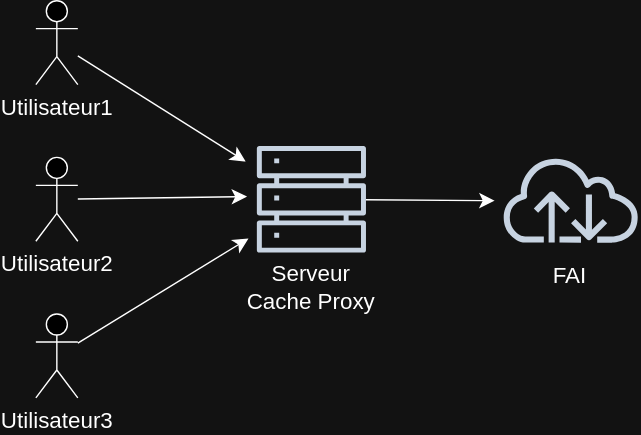
This is equipe-c/doc/images/cache-proxy.svg from Mattieu2t/s5b01_, a draw.io export, as it was before one commit. Source tidied: cells renumbered, new cells last; positions are measured from the earlier drawing's top-left corner, leaving out a move shared by most shapes.
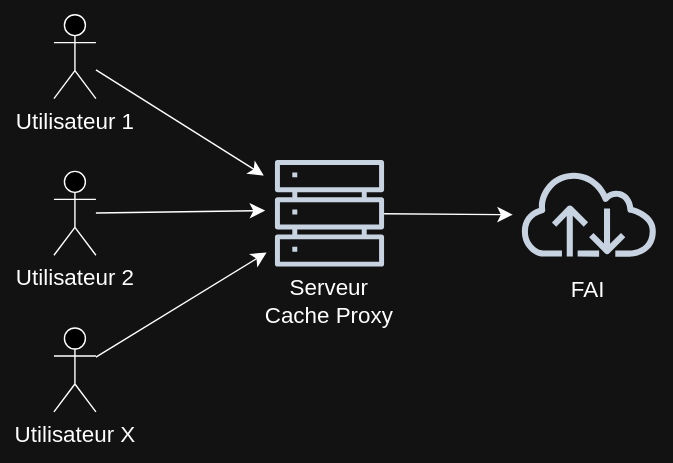
The same diagram one commit later.

Commit message:
mini modifications doc proxy

The edit, as a diff of the source:
```diff
@@ -7,7 +7,7 @@
         <mxPoint x="150" y="115" as="targetPoint" />
       </mxGeometry>
     </mxCell>
-    <mxCell id="3" value="Utilisateur1" style="shape=umlActor;verticalLabelPosition=bottom;verticalAlign=top;html=1;outlineConnect=0;fontSize=16;" parent="1" vertex="1">
+    <mxCell id="3" value="Utilisateur 1" style="shape=umlActor;verticalLabelPosition=bottom;verticalAlign=top;html=1;outlineConnect=0;fontSize=16;" parent="1" vertex="1">
       <mxGeometry width="30" height="60" as="geometry" />
     </mxCell>
     <mxCell id="4" style="edgeStyle=none;curved=1;rounded=0;jettySize=auto;html=1;fontSize=12;startSize=8;endSize=8;" parent="1" edge="1" source="5">
@@ -15,7 +15,7 @@
         <mxPoint x="151" y="140" as="targetPoint" />
       </mxGeometry>
     </mxCell>
-    <mxCell id="5" value="Utilisateur2" style="shape=umlActor;verticalLabelPosition=bottom;verticalAlign=top;html=1;outlineConnect=0;fontSize=16;" parent="1" vertex="1">
+    <mxCell id="5" value="Utilisateur 2" style="shape=umlActor;verticalLabelPosition=bottom;verticalAlign=top;html=1;outlineConnect=0;fontSize=16;" parent="1" vertex="1">
       <mxGeometry y="112" width="30" height="60" as="geometry" />
     </mxCell>
     <mxCell id="6" style="edgeStyle=none;curved=1;rounded=0;jettySize=auto;html=1;fontSize=12;startSize=8;endSize=8;" parent="1" edge="1" source="7">
@@ -23,7 +23,7 @@
         <mxPoint x="152" y="170" as="targetPoint" />
       </mxGeometry>
     </mxCell>
-    <mxCell id="7" value="Utilisateur3" style="shape=umlActor;verticalLabelPosition=bottom;verticalAlign=top;html=1;outlineConnect=0;fontSize=16;" parent="1" vertex="1">
+    <mxCell id="7" value="Utilisateur X" style="shape=umlActor;verticalLabelPosition=bottom;verticalAlign=top;html=1;outlineConnect=0;fontSize=16;" parent="1" vertex="1">
       <mxGeometry y="224" width="30" height="60" as="geometry" />
     </mxCell>
     <mxCell id="8" style="edgeStyle=none;curved=1;rounded=0;jettySize=auto;html=1;fontSize=12;startSize=8;endSize=8;" parent="1" edge="1" source="9">
```
